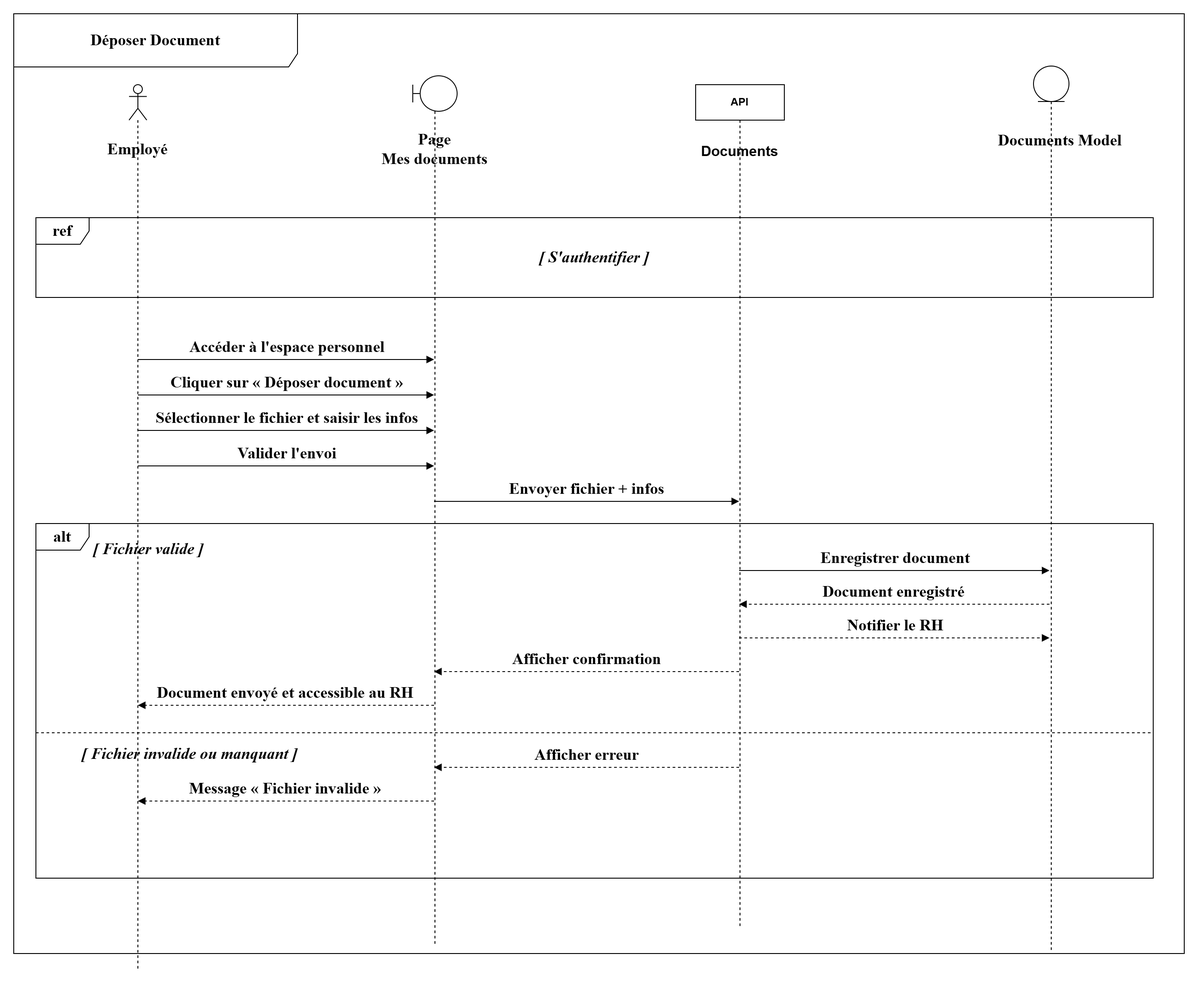
Above: projet/images/digf/ss3/deposer documents.drawio.png in louu7895/pfe (draw.io), before the change. Source tidied: cells renumbered, new cells last; positions are measured from the earlier drawing's top-left corner, leaving out a move shared by most shapes.
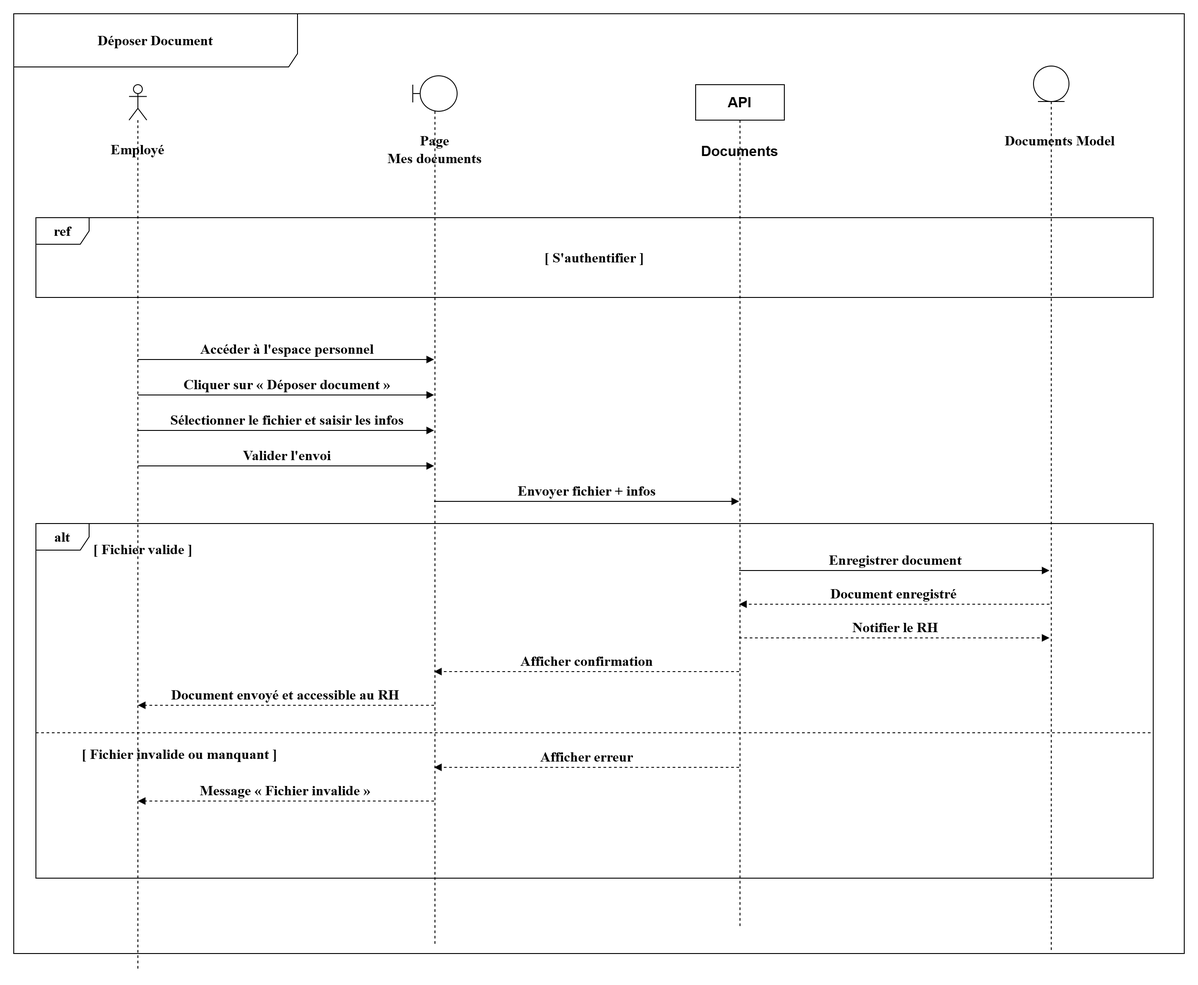
Above is the later version.

Diff of the diagram source:
```diff
@@ -2,121 +2,121 @@
   <root>
     <mxCell id="0" />
     <mxCell id="1" parent="0" />
-    <mxCell id="2" style="shape=umlLifeline;perimeter=lifelinePerimeter;whiteSpace=wrap;html=1;newEdgeStyle={&quot;curved&quot;:0,&quot;rounded&quot;:0};participant=umlActor;fontSize=18;fontFamily=Times New Roman;fontStyle=1;" parent="1" vertex="1">
+    <mxCell id="2" style="shape=umlLifeline;perimeter=lifelinePerimeter;whiteSpace=wrap;html=1;newEdgeStyle={&quot;curved&quot;:0,&quot;rounded&quot;:0};participant=umlActor;fontSize=16;fontFamily=Times New Roman;fontStyle=1;" parent="1" vertex="1">
       <mxGeometry x="130" y="80" width="20" height="1000" as="geometry" />
     </mxCell>
-    <mxCell id="3" style="shape=umlLifeline;perimeter=lifelinePerimeter;whiteSpace=wrap;html=1;newEdgeStyle={&quot;curved&quot;:0,&quot;rounded&quot;:0};participant=umlBoundary;fontSize=18;fontFamily=Times New Roman;fontStyle=1;" parent="1" vertex="1">
+    <mxCell id="3" style="shape=umlLifeline;perimeter=lifelinePerimeter;whiteSpace=wrap;html=1;newEdgeStyle={&quot;curved&quot;:0,&quot;rounded&quot;:0};participant=umlBoundary;fontSize=16;fontFamily=Times New Roman;fontStyle=1;" parent="1" vertex="1">
       <mxGeometry x="450" y="70" width="50" height="980" as="geometry" />
     </mxCell>
-    <mxCell id="4" style="shape=umlLifeline;perimeter=lifelinePerimeter;whiteSpace=wrap;html=1;newEdgeStyle={&quot;curved&quot;:0,&quot;rounded&quot;:0};participant=umlEntity;fontSize=18;fontFamily=Times New Roman;fontStyle=1;" parent="1" vertex="1">
+    <mxCell id="4" style="shape=umlLifeline;perimeter=lifelinePerimeter;whiteSpace=wrap;html=1;newEdgeStyle={&quot;curved&quot;:0,&quot;rounded&quot;:0};participant=umlEntity;fontSize=16;fontFamily=Times New Roman;fontStyle=1;" parent="1" vertex="1">
       <mxGeometry x="1150" y="59" width="40" height="1000" as="geometry" />
     </mxCell>
-    <mxCell id="5" value="Employé" style="text;html=1;whiteSpace=wrap;strokeColor=none;fillColor=none;align=center;verticalAlign=middle;rounded=0;fontSize=18;fontStyle=1;fontFamily=Times New Roman;" parent="1" vertex="1">
+    <mxCell id="5" value="Employé" style="text;html=1;whiteSpace=wrap;strokeColor=none;fillColor=none;align=center;verticalAlign=middle;rounded=0;fontSize=16;fontStyle=1;fontFamily=Times New Roman;" parent="1" vertex="1">
       <mxGeometry x="75" y="140" width="130" height="25" as="geometry" />
     </mxCell>
-    <mxCell id="6" value="Page&lt;div&gt;Mes documents&lt;/div&gt;" style="text;html=1;whiteSpace=wrap;strokeColor=none;fillColor=none;align=center;verticalAlign=middle;rounded=0;fontSize=18;fontStyle=1;fontFamily=Times New Roman;" parent="1" vertex="1">
+    <mxCell id="6" value="Page&lt;div&gt;Mes documents&lt;/div&gt;" style="text;html=1;whiteSpace=wrap;strokeColor=none;fillColor=none;align=center;verticalAlign=middle;rounded=0;fontSize=16;fontStyle=1;fontFamily=Times New Roman;" parent="1" vertex="1">
       <mxGeometry x="375" y="140" width="200" height="25" as="geometry" />
     </mxCell>
-    <mxCell id="7" value="Documents Model" style="text;html=1;whiteSpace=wrap;strokeColor=none;fillColor=none;align=center;verticalAlign=middle;rounded=0;fontSize=18;fontStyle=1;fontFamily=Times New Roman;" parent="1" vertex="1">
+    <mxCell id="7" value="Documents Model" style="text;html=1;whiteSpace=wrap;strokeColor=none;fillColor=none;align=center;verticalAlign=middle;rounded=0;fontSize=16;fontStyle=1;fontFamily=Times New Roman;" parent="1" vertex="1">
       <mxGeometry x="1100" y="130" width="160" height="25" as="geometry" />
     </mxCell>
-    <mxCell id="8" value="Déposer Document" style="shape=umlFrame;whiteSpace=wrap;html=1;width=320;height=60;fontSize=18;fontFamily=Times New Roman;fontStyle=1;" parent="1" vertex="1">
+    <mxCell id="8" value="Déposer Document" style="shape=umlFrame;whiteSpace=wrap;html=1;width=320;height=60;fontSize=16;fontFamily=Times New Roman;fontStyle=1;" parent="1" vertex="1">
       <mxGeometry width="1320" height="1060" as="geometry" />
     </mxCell>
-    <mxCell id="9" value="ref" style="shape=umlFrame;whiteSpace=wrap;html=1;fontSize=18;fontFamily=Times New Roman;fontStyle=1;" parent="1" vertex="1">
+    <mxCell id="9" value="ref" style="shape=umlFrame;whiteSpace=wrap;html=1;fontSize=16;fontFamily=Times New Roman;fontStyle=1;" parent="1" vertex="1">
       <mxGeometry x="25" y="230" width="1260" height="90" as="geometry" />
     </mxCell>
-    <mxCell id="10" value="[ S'authentifier ]" style="text;html=1;whiteSpace=wrap;strokeColor=none;fillColor=none;align=center;verticalAlign=middle;rounded=0;fontSize=18;fontStyle=3;fontFamily=Times New Roman;" parent="1" vertex="1">
+    <mxCell id="10" value="[ S'authentifier ]" style="text;html=1;whiteSpace=wrap;strokeColor=none;fillColor=none;align=center;verticalAlign=middle;rounded=0;fontSize=16;fontStyle=1;fontFamily=Times New Roman;" parent="1" vertex="1">
       <mxGeometry x="555" y="260" width="200" height="30" as="geometry" />
     </mxCell>
-    <mxCell id="11" value="Accéder à l'espace personnel" style="html=1;verticalAlign=bottom;endArrow=block;curved=0;rounded=0;fontSize=18;fontFamily=Times New Roman;fontStyle=1;" parent="1" edge="1">
+    <mxCell id="11" value="Accéder à l'espace personnel" style="html=1;verticalAlign=bottom;endArrow=block;curved=0;rounded=0;fontSize=16;fontFamily=Times New Roman;fontStyle=1;" parent="1" edge="1">
       <mxGeometry relative="1" as="geometry">
         <mxPoint x="140" y="390" as="sourcePoint" />
         <mxPoint x="474" y="390" as="targetPoint" />
       </mxGeometry>
     </mxCell>
-    <mxCell id="12" value="Cliquer sur « Déposer document »" style="html=1;verticalAlign=bottom;endArrow=block;curved=0;rounded=0;fontSize=18;fontFamily=Times New Roman;fontStyle=1;" parent="1" edge="1">
+    <mxCell id="12" value="Cliquer sur « Déposer document »" style="html=1;verticalAlign=bottom;endArrow=block;curved=0;rounded=0;fontSize=16;fontFamily=Times New Roman;fontStyle=1;" parent="1" edge="1">
       <mxGeometry relative="1" as="geometry">
         <mxPoint x="140" y="430" as="sourcePoint" />
         <mxPoint x="474" y="430" as="targetPoint" />
       </mxGeometry>
     </mxCell>
-    <mxCell id="13" value="Sélectionner le fichier et saisir les infos" style="html=1;verticalAlign=bottom;endArrow=block;curved=0;rounded=0;fontSize=18;fontFamily=Times New Roman;fontStyle=1;" parent="1" edge="1">
+    <mxCell id="13" value="Sélectionner le fichier et saisir les infos" style="html=1;verticalAlign=bottom;endArrow=block;curved=0;rounded=0;fontSize=16;fontFamily=Times New Roman;fontStyle=1;" parent="1" edge="1">
       <mxGeometry relative="1" as="geometry">
         <mxPoint x="140" y="470" as="sourcePoint" />
         <mxPoint x="474" y="470" as="targetPoint" />
       </mxGeometry>
     </mxCell>
-    <mxCell id="14" value="Valider l'envoi" style="html=1;verticalAlign=bottom;endArrow=block;curved=0;rounded=0;fontSize=18;fontFamily=Times New Roman;fontStyle=1;" parent="1" edge="1">
+    <mxCell id="14" value="Valider l'envoi" style="html=1;verticalAlign=bottom;endArrow=block;curved=0;rounded=0;fontSize=16;fontFamily=Times New Roman;fontStyle=1;" parent="1" edge="1">
       <mxGeometry relative="1" as="geometry">
         <mxPoint x="140" y="510" as="sourcePoint" />
         <mxPoint x="474" y="510" as="targetPoint" />
       </mxGeometry>
     </mxCell>
-    <mxCell id="15" value="Envoyer fichier + infos" style="html=1;verticalAlign=bottom;endArrow=block;curved=0;rounded=0;fontSize=18;fontFamily=Times New Roman;fontStyle=1;" parent="1" edge="1">
+    <mxCell id="15" value="Envoyer fichier + infos" style="html=1;verticalAlign=bottom;endArrow=block;curved=0;rounded=0;fontSize=16;fontFamily=Times New Roman;fontStyle=1;" parent="1" edge="1">
       <mxGeometry relative="1" as="geometry">
         <mxPoint x="474" y="550" as="sourcePoint" />
         <mxPoint x="818" y="550" as="targetPoint" />
       </mxGeometry>
     </mxCell>
-    <mxCell id="16" value="alt" style="shape=umlFrame;whiteSpace=wrap;html=1;fontSize=18;fontFamily=Times New Roman;fontStyle=1;" parent="1" vertex="1">
+    <mxCell id="16" value="alt" style="shape=umlFrame;whiteSpace=wrap;html=1;fontSize=16;fontFamily=Times New Roman;fontStyle=1;" parent="1" vertex="1">
       <mxGeometry x="25" y="575" width="1260" height="400" as="geometry" />
     </mxCell>
-    <mxCell id="17" value="[ Fichier valide ]" style="text;html=1;whiteSpace=wrap;strokeColor=none;fillColor=none;align=left;verticalAlign=middle;rounded=0;fontSize=18;fontStyle=3;fontFamily=Times New Roman;" parent="1" vertex="1">
+    <mxCell id="17" value="[ Fichier valide ]" style="text;html=1;whiteSpace=wrap;strokeColor=none;fillColor=none;align=left;verticalAlign=middle;rounded=0;fontSize=16;fontStyle=1;fontFamily=Times New Roman;" parent="1" vertex="1">
       <mxGeometry x="88" y="591" width="180" height="25" as="geometry" />
     </mxCell>
-    <mxCell id="18" value="Enregistrer document" style="html=1;verticalAlign=bottom;endArrow=block;curved=0;rounded=0;fontSize=18;fontFamily=Times New Roman;fontStyle=1;" parent="1" edge="1">
+    <mxCell id="18" value="Enregistrer document" style="html=1;verticalAlign=bottom;endArrow=block;curved=0;rounded=0;fontSize=16;fontFamily=Times New Roman;fontStyle=1;" parent="1" edge="1">
       <mxGeometry relative="1" as="geometry">
         <mxPoint x="818" y="628" as="sourcePoint" />
         <mxPoint x="1168" y="628" as="targetPoint" />
       </mxGeometry>
     </mxCell>
-    <mxCell id="19" value="Document enregistré" style="html=1;verticalAlign=bottom;endArrow=block;curved=1;rounded=0;dashed=1;fontSize=18;fontFamily=Times New Roman;fontStyle=1;" parent="1" edge="1">
+    <mxCell id="19" value="Document enregistré" style="html=1;verticalAlign=bottom;endArrow=block;curved=1;rounded=0;dashed=1;fontSize=16;fontFamily=Times New Roman;fontStyle=1;" parent="1" edge="1">
       <mxGeometry relative="1" as="geometry">
         <mxPoint x="1168" y="666" as="sourcePoint" />
         <mxPoint x="818" y="666" as="targetPoint" />
       </mxGeometry>
     </mxCell>
-    <mxCell id="20" value="Notifier le RH" style="html=1;verticalAlign=bottom;endArrow=block;curved=1;rounded=0;dashed=1;fontSize=18;fontFamily=Times New Roman;fontStyle=1;" parent="1" edge="1">
+    <mxCell id="20" value="Notifier le RH" style="html=1;verticalAlign=bottom;endArrow=block;curved=1;rounded=0;dashed=1;fontSize=16;fontFamily=Times New Roman;fontStyle=1;" parent="1" edge="1">
       <mxGeometry relative="1" as="geometry">
         <mxPoint x="818" y="704" as="sourcePoint" />
         <mxPoint x="1168" y="704" as="targetPoint" />
       </mxGeometry>
     </mxCell>
-    <mxCell id="21" value="Afficher confirmation" style="html=1;verticalAlign=bottom;endArrow=block;curved=1;rounded=0;dashed=1;fontSize=18;fontFamily=Times New Roman;fontStyle=1;" parent="1" edge="1">
+    <mxCell id="21" value="Afficher confirmation" style="html=1;verticalAlign=bottom;endArrow=block;curved=1;rounded=0;dashed=1;fontSize=16;fontFamily=Times New Roman;fontStyle=1;" parent="1" edge="1">
       <mxGeometry relative="1" as="geometry">
         <mxPoint x="818" y="742" as="sourcePoint" />
         <mxPoint x="474" y="742" as="targetPoint" />
       </mxGeometry>
     </mxCell>
-    <mxCell id="22" value="Document envoyé et accessible au RH" style="html=1;verticalAlign=bottom;endArrow=block;curved=1;rounded=0;dashed=1;fontSize=18;fontFamily=Times New Roman;fontStyle=1;" parent="1" edge="1">
+    <mxCell id="22" value="Document envoyé et accessible au RH" style="html=1;verticalAlign=bottom;endArrow=block;curved=1;rounded=0;dashed=1;fontSize=16;fontFamily=Times New Roman;fontStyle=1;" parent="1" edge="1">
       <mxGeometry relative="1" as="geometry">
         <mxPoint x="474" y="780" as="sourcePoint" />
         <mxPoint x="140" y="780" as="targetPoint" />
       </mxGeometry>
     </mxCell>
-    <mxCell id="23" style="line;strokeWidth=1;fillColor=none;align=left;verticalAlign=middle;spacingTop=-1;spacingLeft=3;spacingRight=3;labelPosition=right;strokeColor=inherit;dashed=1;fontSize=18;fontFamily=Times New Roman;fontStyle=1;" parent="1" vertex="1">
+    <mxCell id="23" style="line;strokeWidth=1;fillColor=none;align=left;verticalAlign=middle;spacingTop=-1;spacingLeft=3;spacingRight=3;labelPosition=right;strokeColor=inherit;dashed=1;fontSize=16;fontFamily=Times New Roman;fontStyle=1;" parent="1" vertex="1">
       <mxGeometry x="25" y="807" width="1260" height="8" as="geometry" />
     </mxCell>
-    <mxCell id="24" value="[ Fichier invalide ou manquant ]" style="text;html=1;whiteSpace=wrap;strokeColor=none;fillColor=none;align=left;verticalAlign=middle;rounded=0;fontSize=18;fontStyle=3;fontFamily=Times New Roman;" parent="1" vertex="1">
+    <mxCell id="24" value="[ Fichier invalide ou manquant ]" style="text;html=1;whiteSpace=wrap;strokeColor=none;fillColor=none;align=left;verticalAlign=middle;rounded=0;fontSize=16;fontStyle=1;fontFamily=Times New Roman;" parent="1" vertex="1">
       <mxGeometry x="75" y="822" width="270" height="25" as="geometry" />
     </mxCell>
-    <mxCell id="25" value="Afficher erreur" style="html=1;verticalAlign=bottom;endArrow=block;curved=1;rounded=0;dashed=1;fontSize=18;fontFamily=Times New Roman;fontStyle=1;" parent="1" edge="1">
+    <mxCell id="25" value="Afficher erreur" style="html=1;verticalAlign=bottom;endArrow=block;curved=1;rounded=0;dashed=1;fontSize=16;fontFamily=Times New Roman;fontStyle=1;" parent="1" edge="1">
       <mxGeometry relative="1" as="geometry">
         <mxPoint x="818" y="850" as="sourcePoint" />
         <mxPoint x="474" y="850" as="targetPoint" />
       </mxGeometry>
     </mxCell>
-    <mxCell id="26" value="Message « Fichier invalide »" style="html=1;verticalAlign=bottom;endArrow=block;curved=1;rounded=0;dashed=1;fontSize=18;fontFamily=Times New Roman;fontStyle=1;" parent="1" edge="1">
+    <mxCell id="26" value="Message « Fichier invalide »" style="html=1;verticalAlign=bottom;endArrow=block;curved=1;rounded=0;dashed=1;fontSize=16;fontFamily=Times New Roman;fontStyle=1;" parent="1" edge="1">
       <mxGeometry relative="1" as="geometry">
         <mxPoint x="474" y="888" as="sourcePoint" />
         <mxPoint x="140" y="888" as="targetPoint" />
       </mxGeometry>
     </mxCell>
-    <mxCell id="27" value="API" style="shape=umlLifeline;perimeter=lifelinePerimeter;whiteSpace=wrap;html=1;newEdgeStyle={&quot;curved&quot;:0,&quot;rounded&quot;:0};fontStyle=1;" parent="1" vertex="1">
+    <mxCell id="27" value="API" style="shape=umlLifeline;perimeter=lifelinePerimeter;whiteSpace=wrap;html=1;newEdgeStyle={&quot;curved&quot;:0,&quot;rounded&quot;:0};fontStyle=1;fontSize=16;" parent="1" vertex="1">
       <mxGeometry x="769" y="80" width="100" height="950" as="geometry" />
     </mxCell>
-    <mxCell id="28" value="&lt;font style=&quot;font-size: 16px;&quot;&gt;&lt;span&gt;Documents&lt;/span&gt;&lt;/font&gt;" style="text;html=1;whiteSpace=wrap;strokeColor=none;fillColor=none;align=center;verticalAlign=middle;rounded=0;fontStyle=1;" parent="1" vertex="1">
+    <mxCell id="28" value="&lt;font&gt;&lt;span&gt;Documents&lt;/span&gt;&lt;/font&gt;" style="text;html=1;whiteSpace=wrap;strokeColor=none;fillColor=none;align=center;verticalAlign=middle;rounded=0;fontStyle=1;fontSize=16;" parent="1" vertex="1">
       <mxGeometry x="789" y="140" width="60" height="30" as="geometry" />
     </mxCell>
   </root>
```
